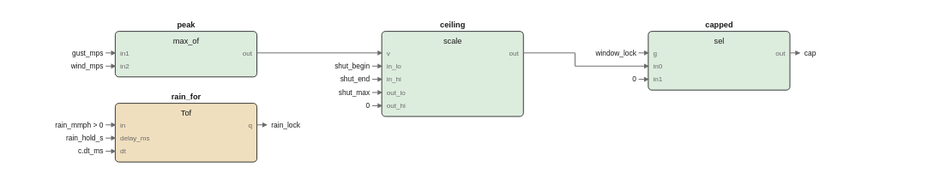
This is images/logic/roof_lockout_fbd.drawio.svg from pstch/botanik2, a draw.io export, as it was before one commit. Source tidied: cells renumbered, new cells last; positions are measured from the earlier drawing's top-left corner, leaving out a move shared by most shapes.
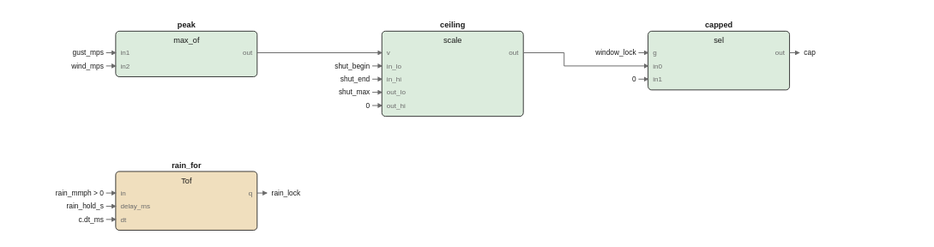
After the change.

What changed in the source:
```diff
@@ -20,83 +20,79 @@
     <mxCell id="7" value="out" style="text;html=1;fontSize=5;fontColor=#6b6b6b;align=left;" parent="1" vertex="1">
       <mxGeometry x="124" y="24.2" width="40" height="9.8" as="geometry" />
     </mxCell>
-    <mxCell id="8" style="rounded=1;fillColor=#f0dfbe;strokeColor=#1a1a1a;whiteSpace=wrap;html=1;fontSize=8;" parent="1" vertex="1">
-      <mxGeometry x="10" y="70" width="118" height="49" as="geometry" />
+    <mxCell id="8" style="rounded=1;fillColor=#dcecdd;strokeColor=#1a1a1a;whiteSpace=wrap;html=1;fontSize=8;" parent="1" vertex="1">
+      <mxGeometry x="232" y="10" width="118" height="71" as="geometry" />
     </mxCell>
-    <mxCell id="9" value="rain_for" style="text;html=1;fontSize=6;fontColor=#1a1a1a;align=center;fontStyle=1;" parent="1" vertex="1">
-      <mxGeometry x="69" y="60.4" width="40" height="10.6" as="geometry" />
+    <mxCell id="9" value="ceiling" style="text;html=1;fontSize=6;fontColor=#1a1a1a;align=center;fontStyle=1;" parent="1" vertex="1">
+      <mxGeometry x="291" y="0.4" width="40" height="10.6" as="geometry" />
     </mxCell>
-    <mxCell id="10" value="Tof" style="text;html=1;fontSize=6;fontColor=#1a1a1a;align=center;" parent="1" vertex="1">
-      <mxGeometry x="69" y="73.4" width="40" height="10.6" as="geometry" />
+    <mxCell id="10" value="scale" style="text;html=1;fontSize=6;fontColor=#1a1a1a;align=center;" parent="1" vertex="1">
+      <mxGeometry x="291" y="13.4" width="40" height="10.6" as="geometry" />
     </mxCell>
-    <mxCell id="11" value="in" style="text;html=1;fontSize=5;fontColor=#6b6b6b;align=left;" parent="1" vertex="1">
-      <mxGeometry x="14" y="84.2" width="40" height="9.8" as="geometry" />
+    <mxCell id="11" value="v" style="text;html=1;fontSize=5;fontColor=#6b6b6b;align=left;" parent="1" vertex="1">
+      <mxGeometry x="236" y="24.2" width="40" height="9.8" as="geometry" />
     </mxCell>
-    <mxCell id="12" value="delay_ms" style="text;html=1;fontSize=5;fontColor=#6b6b6b;align=left;" parent="1" vertex="1">
-      <mxGeometry x="14" y="95.2" width="40" height="9.8" as="geometry" />
+    <mxCell id="12" value="in_lo" style="text;html=1;fontSize=5;fontColor=#6b6b6b;align=left;" parent="1" vertex="1">
+      <mxGeometry x="236" y="35.2" width="40" height="9.8" as="geometry" />
     </mxCell>
-    <mxCell id="13" value="dt" style="text;html=1;fontSize=5;fontColor=#6b6b6b;align=left;" parent="1" vertex="1">
-      <mxGeometry x="14" y="106.2" width="40" height="9.8" as="geometry" />
+    <mxCell id="13" value="in_hi" style="text;html=1;fontSize=5;fontColor=#6b6b6b;align=left;" parent="1" vertex="1">
+      <mxGeometry x="236" y="46.2" width="40" height="9.8" as="geometry" />
     </mxCell>
-    <mxCell id="14" value="q" style="text;html=1;fontSize=5;fontColor=#6b6b6b;align=left;" parent="1" vertex="1">
-      <mxGeometry x="124" y="84.2" width="40" height="9.8" as="geometry" />
+    <mxCell id="14" value="out_lo" style="text;html=1;fontSize=5;fontColor=#6b6b6b;align=left;" parent="1" vertex="1">
+      <mxGeometry x="236" y="57.2" width="40" height="9.8" as="geometry" />
     </mxCell>
-    <mxCell id="15" style="rounded=1;fillColor=#dcecdd;strokeColor=#1a1a1a;whiteSpace=wrap;html=1;fontSize=8;" parent="1" vertex="1">
-      <mxGeometry x="232" y="10" width="118" height="71" as="geometry" />
+    <mxCell id="15" value="out_hi" style="text;html=1;fontSize=5;fontColor=#6b6b6b;align=left;" parent="1" vertex="1">
+      <mxGeometry x="236" y="68.2" width="40" height="9.8" as="geometry" />
     </mxCell>
-    <mxCell id="16" value="ceiling" style="text;html=1;fontSize=6;fontColor=#1a1a1a;align=center;fontStyle=1;" parent="1" vertex="1">
-      <mxGeometry x="291" y="0.4" width="40" height="10.6" as="geometry" />
+    <mxCell id="16" value="out" style="text;html=1;fontSize=5;fontColor=#6b6b6b;align=left;" parent="1" vertex="1">
+      <mxGeometry x="346" y="24.2" width="40" height="9.8" as="geometry" />
     </mxCell>
-    <mxCell id="17" value="scale" style="text;html=1;fontSize=6;fontColor=#1a1a1a;align=center;" parent="1" vertex="1">
-      <mxGeometry x="291" y="13.4" width="40" height="10.6" as="geometry" />
+    <mxCell id="17" style="rounded=1;fillColor=#dcecdd;strokeColor=#1a1a1a;whiteSpace=wrap;html=1;fontSize=8;" parent="1" vertex="1">
+      <mxGeometry x="454" y="10" width="118" height="49" as="geometry" />
     </mxCell>
-    <mxCell id="18" value="v" style="text;html=1;fontSize=5;fontColor=#6b6b6b;align=left;" parent="1" vertex="1">
-      <mxGeometry x="236" y="24.2" width="40" height="9.8" as="geometry" />
+    <mxCell id="18" value="capped" style="text;html=1;fontSize=6;fontColor=#1a1a1a;align=center;fontStyle=1;" parent="1" vertex="1">
+      <mxGeometry x="513" y="0.4" width="40" height="10.6" as="geometry" />
     </mxCell>
-    <mxCell id="19" value="in_lo" style="text;html=1;fontSize=5;fontColor=#6b6b6b;align=left;" parent="1" vertex="1">
-      <mxGeometry x="236" y="35.2" width="40" height="9.8" as="geometry" />
+    <mxCell id="19" value="sel" style="text;html=1;fontSize=6;fontColor=#1a1a1a;align=center;" parent="1" vertex="1">
+      <mxGeometry x="513" y="13.4" width="40" height="10.6" as="geometry" />
     </mxCell>
-    <mxCell id="20" value="in_hi" style="text;html=1;fontSize=5;fontColor=#6b6b6b;align=left;" parent="1" vertex="1">
-      <mxGeometry x="236" y="46.2" width="40" height="9.8" as="geometry" />
+    <mxCell id="20" value="g" style="text;html=1;fontSize=5;fontColor=#6b6b6b;align=left;" parent="1" vertex="1">
+      <mxGeometry x="458" y="24.2" width="40" height="9.8" as="geometry" />
     </mxCell>
-    <mxCell id="21" value="out_lo" style="text;html=1;fontSize=5;fontColor=#6b6b6b;align=left;" parent="1" vertex="1">
-      <mxGeometry x="236" y="57.2" width="40" height="9.8" as="geometry" />
+    <mxCell id="21" value="in0" style="text;html=1;fontSize=5;fontColor=#6b6b6b;align=left;" parent="1" vertex="1">
+      <mxGeometry x="458" y="35.2" width="40" height="9.8" as="geometry" />
     </mxCell>
-    <mxCell id="22" value="out_hi" style="text;html=1;fontSize=5;fontColor=#6b6b6b;align=left;" parent="1" vertex="1">
-      <mxGeometry x="236" y="68.2" width="40" height="9.8" as="geometry" />
+    <mxCell id="22" value="in1" style="text;html=1;fontSize=5;fontColor=#6b6b6b;align=left;" parent="1" vertex="1">
+      <mxGeometry x="458" y="46.2" width="40" height="9.8" as="geometry" />
     </mxCell>
     <mxCell id="23" value="out" style="text;html=1;fontSize=5;fontColor=#6b6b6b;align=left;" parent="1" vertex="1">
-      <mxGeometry x="346" y="24.2" width="40" height="9.8" as="geometry" />
+      <mxGeometry x="568" y="24.2" width="40" height="9.8" as="geometry" />
     </mxCell>
-    <mxCell id="24" style="rounded=1;fillColor=#dcecdd;strokeColor=#1a1a1a;whiteSpace=wrap;html=1;fontSize=8;" parent="1" vertex="1">
-      <mxGeometry x="454" y="10" width="118" height="49" as="geometry" />
+    <mxCell id="24" style="rounded=1;fillColor=#f0dfbe;strokeColor=#1a1a1a;whiteSpace=wrap;html=1;fontSize=8;" parent="1" vertex="1">
+      <mxGeometry x="10" y="127" width="118" height="49" as="geometry" />
     </mxCell>
-    <mxCell id="25" value="capped" style="text;html=1;fontSize=6;fontColor=#1a1a1a;align=center;fontStyle=1;" parent="1" vertex="1">
-      <mxGeometry x="513" y="0.4" width="40" height="10.6" as="geometry" />
+    <mxCell id="25" value="rain_for" style="text;html=1;fontSize=6;fontColor=#1a1a1a;align=center;fontStyle=1;" parent="1" vertex="1">
+      <mxGeometry x="69" y="117.4" width="40" height="10.6" as="geometry" />
     </mxCell>
-    <mxCell id="26" value="sel" style="text;html=1;fontSize=6;fontColor=#1a1a1a;align=center;" parent="1" vertex="1">
-      <mxGeometry x="513" y="13.4" width="40" height="10.6" as="geometry" />
+    <mxCell id="26" value="Tof" style="text;html=1;fontSize=6;fontColor=#1a1a1a;align=center;" parent="1" vertex="1">
+      <mxGeometry x="69" y="130.4" width="40" height="10.6" as="geometry" />
     </mxCell>
-    <mxCell id="27" value="g" style="text;html=1;fontSize=5;fontColor=#6b6b6b;align=left;" parent="1" vertex="1">
-      <mxGeometry x="458" y="24.2" width="40" height="9.8" as="geometry" />
+    <mxCell id="27" value="in" style="text;html=1;fontSize=5;fontColor=#6b6b6b;align=left;" parent="1" vertex="1">
+      <mxGeometry x="14" y="141.2" width="40" height="9.8" as="geometry" />
     </mxCell>
-    <mxCell id="28" value="in0" style="text;html=1;fontSize=5;fontColor=#6b6b6b;align=left;" parent="1" vertex="1">
-      <mxGeometry x="458" y="35.2" width="40" height="9.8" as="geometry" />
+    <mxCell id="28" value="delay_ms" style="text;html=1;fontSize=5;fontColor=#6b6b6b;align=left;" parent="1" vertex="1">
+      <mxGeometry x="14" y="152.2" width="40" height="9.8" as="geometry" />
     </mxCell>
-    <mxCell id="29" value="in1" style="text;html=1;fontSize=5;fontColor=#6b6b6b;align=left;" parent="1" vertex="1">
-      <mxGeometry x="458" y="46.2" width="40" height="9.8" as="geometry" />
+    <mxCell id="29" value="dt" style="text;html=1;fontSize=5;fontColor=#6b6b6b;align=left;" parent="1" vertex="1">
+      <mxGeometry x="14" y="163.2" width="40" height="9.8" as="geometry" />
     </mxCell>
-    <mxCell id="30" value="out" style="text;html=1;fontSize=5;fontColor=#6b6b6b;align=left;" parent="1" vertex="1">
-      <mxGeometry x="568" y="24.2" width="40" height="9.8" as="geometry" />
+    <mxCell id="30" value="q" style="text;html=1;fontSize=5;fontColor=#6b6b6b;align=left;" parent="1" vertex="1">
+      <mxGeometry x="124" y="141.2" width="40" height="9.8" as="geometry" />
     </mxCell>
     <mxCell id="31" style="edgeStyle=none;html=1;strokeColor=#6b6b6b;endArrow=block;" parent="1" edge="1">
       <mxGeometry relative="1" as="geometry">
         <mxPoint x="128" y="28" as="sourcePoint" />
         <mxPoint x="232" y="28" as="targetPoint" />
-        <Array as="points">
-          <mxPoint x="162" y="28" />
-          <mxPoint x="162" y="28" />
-        </Array>
       </mxGeometry>
     </mxCell>
     <mxCell id="32" style="edgeStyle=none;html=1;strokeColor=#6b6b6b;endArrow=block;" parent="1" edge="1">
@@ -104,8 +100,8 @@
         <mxPoint x="350" y="28" as="sourcePoint" />
         <mxPoint x="454" y="39" as="targetPoint" />
         <Array as="points">
-          <mxPoint x="393" y="28" />
-          <mxPoint x="393" y="39" />
+          <mxPoint x="384" y="28" />
+          <mxPoint x="384" y="39" />
         </Array>
       </mxGeometry>
     </mxCell>
@@ -128,30 +124,30 @@
       </mxGeometry>
     </mxCell>
     <mxCell id="37" value="rain_mmph &gt; 0" style="text;html=1;fontSize=6;fontColor=#1a1a1a;align=left;" parent="1" vertex="1">
-      <mxGeometry y="84" width="65" height="10" as="geometry" />
+      <mxGeometry y="141" width="65" height="10" as="geometry" />
     </mxCell>
     <mxCell id="38" style="edgeStyle=none;html=1;strokeColor=#6b6b6b;endArrow=block;" parent="1" edge="1">
       <mxGeometry relative="1" as="geometry">
-        <mxPoint x="2" y="88" as="sourcePoint" />
-        <mxPoint x="10" y="88" as="targetPoint" />
+        <mxPoint x="2" y="145" as="sourcePoint" />
+        <mxPoint x="10" y="145" as="targetPoint" />
       </mxGeometry>
     </mxCell>
     <mxCell id="39" value="rain_hold_s" style="text;html=1;fontSize=6;fontColor=#1a1a1a;align=left;" parent="1" vertex="1">
-      <mxGeometry y="95" width="55" height="10" as="geometry" />
+      <mxGeometry y="152" width="55" height="10" as="geometry" />
     </mxCell>
     <mxCell id="40" style="edgeStyle=none;html=1;strokeColor=#6b6b6b;endArrow=block;" parent="1" edge="1">
       <mxGeometry relative="1" as="geometry">
-        <mxPoint x="2" y="99" as="sourcePoint" />
-        <mxPoint x="10" y="99" as="targetPoint" />
+        <mxPoint x="2" y="156" as="sourcePoint" />
+        <mxPoint x="10" y="156" as="targetPoint" />
       </mxGeometry>
     </mxCell>
     <mxCell id="41" value="c.dt_ms" style="text;html=1;fontSize=6;fontColor=#1a1a1a;align=left;" parent="1" vertex="1">
-      <mxGeometry y="106" width="40" height="10" as="geometry" />
+      <mxGeometry y="163" width="40" height="10" as="geometry" />
     </mxCell>
     <mxCell id="42" style="edgeStyle=none;html=1;strokeColor=#6b6b6b;endArrow=block;" parent="1" edge="1">
       <mxGeometry relative="1" as="geometry">
-        <mxPoint x="2" y="110" as="sourcePoint" />
-        <mxPoint x="10" y="110" as="targetPoint" />
+        <mxPoint x="2" y="167" as="sourcePoint" />
+        <mxPoint x="10" y="167" as="targetPoint" />
       </mxGeometry>
     </mxCell>
     <mxCell id="43" value="shut_begin" style="text;html=1;fontSize=6;fontColor=#1a1a1a;align=left;" parent="1" vertex="1">
@@ -210,12 +206,12 @@
     </mxCell>
     <mxCell id="55" style="edgeStyle=none;html=1;strokeColor=#6b6b6b;endArrow=block;" parent="1" edge="1">
       <mxGeometry relative="1" as="geometry">
-        <mxPoint x="128" y="88" as="sourcePoint" />
-        <mxPoint x="136" y="88" as="targetPoint" />
+        <mxPoint x="128" y="145" as="sourcePoint" />
+        <mxPoint x="136" y="145" as="targetPoint" />
       </mxGeometry>
     </mxCell>
     <mxCell id="56" value="rain_lock" style="text;html=1;fontSize=6;fontColor=#1a1a1a;align=left;" parent="1" vertex="1">
-      <mxGeometry x="140" y="84" width="45" height="10" as="geometry" />
+      <mxGeometry x="140" y="141" width="45" height="10" as="geometry" />
     </mxCell>
     <mxCell id="57" style="edgeStyle=none;html=1;strokeColor=#6b6b6b;endArrow=block;" parent="1" edge="1">
       <mxGeometry relative="1" as="geometry">
```
